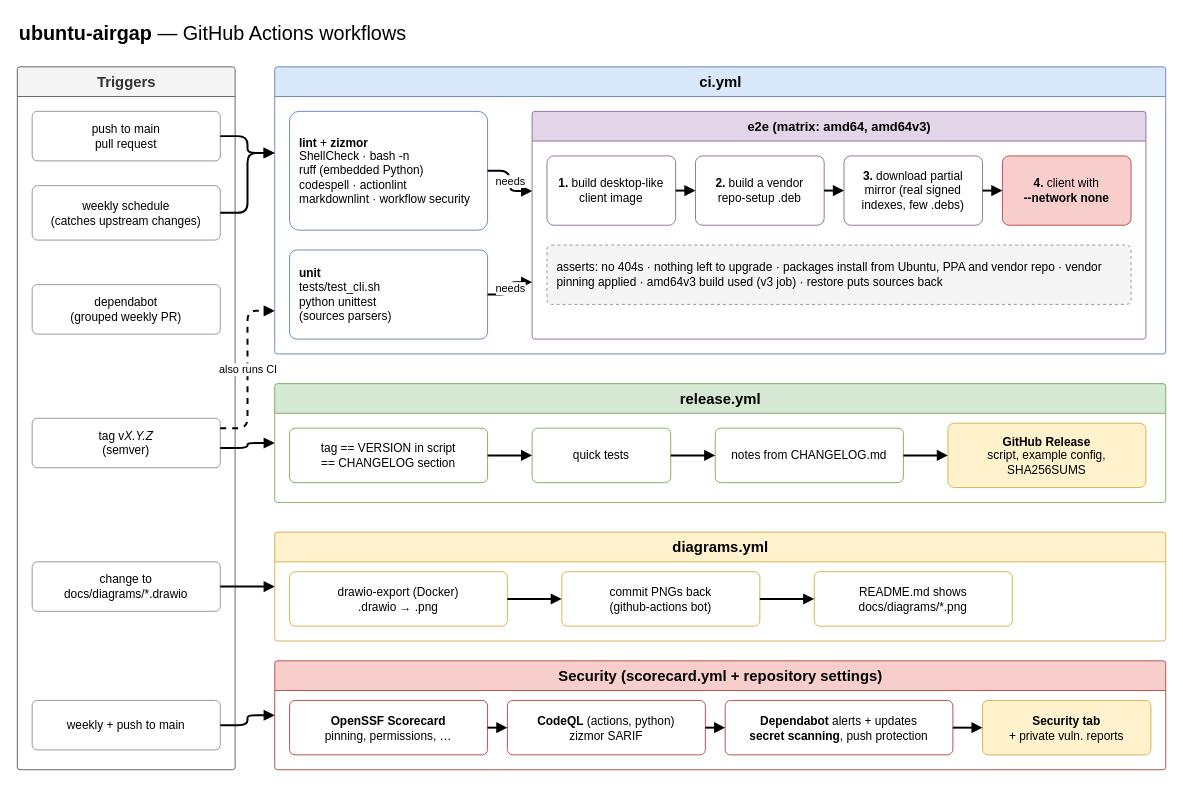
Above: docs/diagrams/ci-workflows.drawio in 636B65/ubuntu-airgap (draw.io), before the change. Source tidied: cells renumbered, new cells numbered last; positions are measured from the earlier drawing's top-left corner, leaving out a move shared by most shapes. Both pictures are drawn from the tidied source at 99%, with x=0, y=0 at pixel (17, 17).
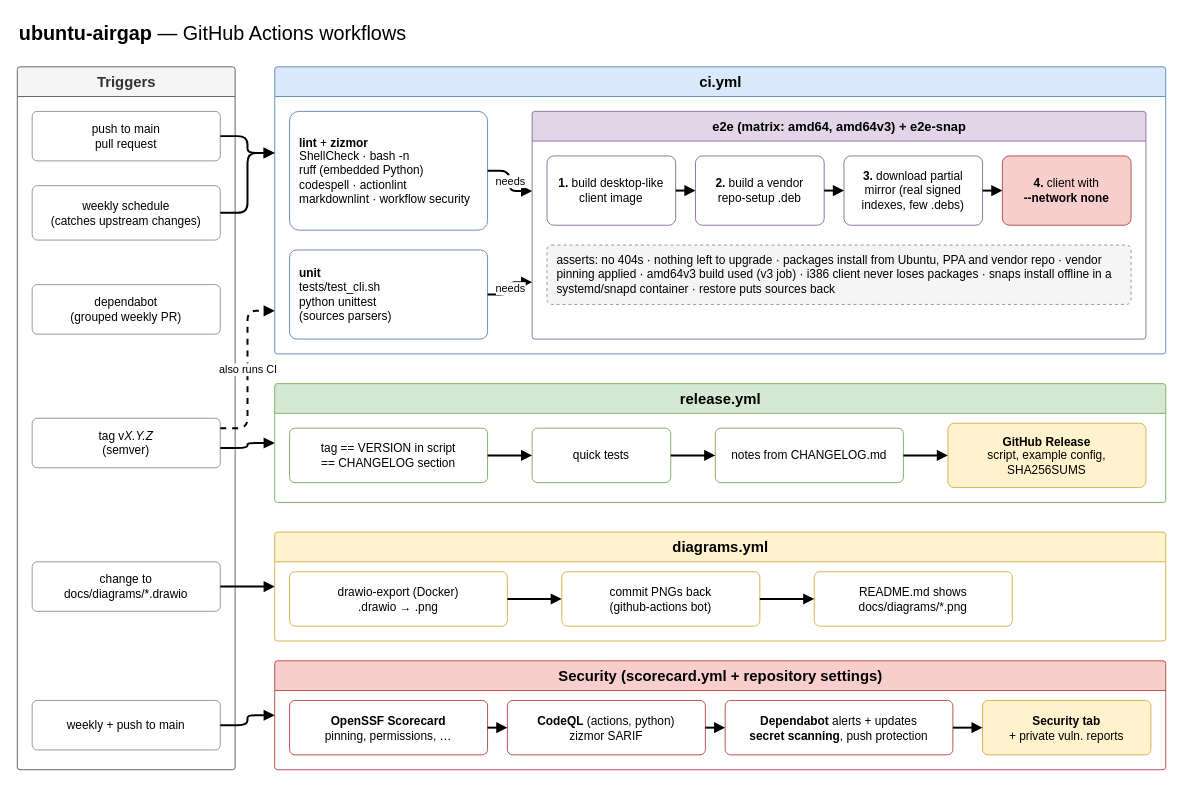
The same page after the edit.

Unchanged cells that the change refers to:
```xml
<mxCell id="9" value="ci.yml" style="swimlane;html=1;startSize=30;rounded=1;arcSize=3;fontSize=15;fontStyle=1;horizontal=1;swimlaneLine=1;fillColor=#dae8fc;strokeColor=#6c8ebf;" parent="1" vertex="1">
  <mxGeometry x="260" y="50" width="900" height="290" as="geometry" />
</mxCell>
```

Diff of the diagram source:
```diff
@@
-    <mxCell id="12" value="e2e  (matrix: amd64, amd64v3)" style="swimlane;html=1;startSize=30;rounded=1;arcSize=3;fontSize=15;fontStyle=1;horizontal=1;swimlaneLine=1;fillColor=#e1d5e7;strokeColor=#9673a6;fontSize=13;" parent="9" vertex="1">
+    <mxCell id="12" value="e2e  (matrix: amd64, amd64v3) + e2e-snap" style="swimlane;html=1;startSize=30;rounded=1;arcSize=3;fontSize=15;fontStyle=1;horizontal=1;swimlaneLine=1;fillColor=#e1d5e7;strokeColor=#9673a6;fontSize=13;" parent="9" vertex="1">
       <mxGeometry x="260" y="45" width="620" height="230" as="geometry" />
     </mxCell>
@@
-    <mxCell id="17" value="asserts: no 404s &amp;middot; nothing left to upgrade &amp;middot; packages install from Ubuntu, PPA and vendor repo &amp;middot; vendor pinning applied &amp;middot; amd64v3 build used (v3 job) &amp;middot; restore puts sources back" style="rounded=1;whiteSpace=wrap;html=1;arcSize=8;align=left;spacingLeft=8;spacingRight=6;fontSize=12;fillColor=#f5f5f5;strokeColor=#999999;dashed=1;" parent="12" vertex="1">
+    <mxCell id="17" value="asserts: no 404s &amp;middot; nothing left to upgrade &amp;middot; packages install from Ubuntu, PPA and vendor repo &amp;middot; vendor pinning applied &amp;middot; amd64v3 build used (v3 job) &amp;middot; i386 client never loses packages &amp;middot; snaps install offline in a systemd/snapd container &amp;middot; restore puts sources back" style="rounded=1;whiteSpace=wrap;html=1;arcSize=8;align=left;spacingLeft=8;spacingRight=6;fontSize=12;fillColor=#f5f5f5;strokeColor=#999999;dashed=1;" parent="12" vertex="1">
       <mxGeometry x="15" y="135" width="590" height="60" as="geometry" />
     </mxCell>
```
